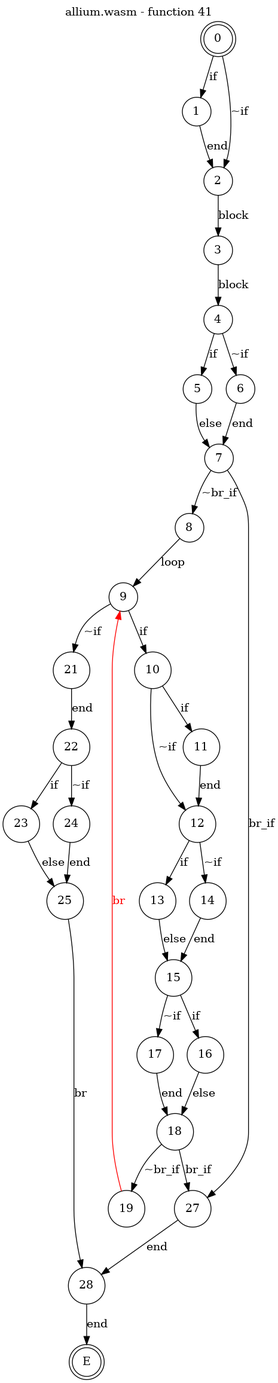
Above: test_cases/allium/funcs/allium-func41.png in jsCarleton/wanalyze (Graphviz), before the change. Its source is kept beside it as test_cases/allium/funcs/allium-func41.dot.
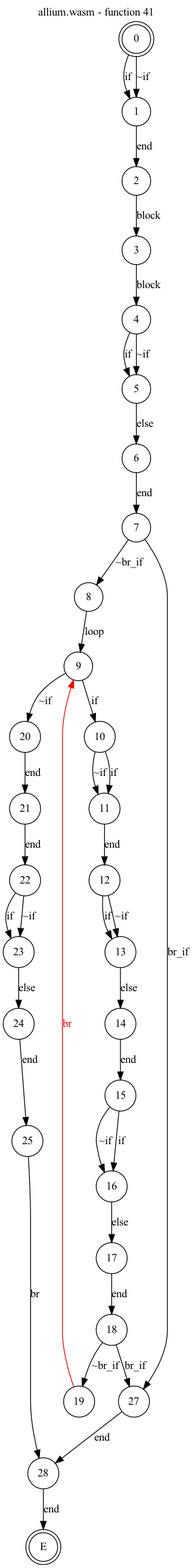
After the change.

What changed in the source:
```diff
@@ -7,29 +7,29 @@
     node [shape = doublecircle]; 0 E ;
     node [shape = circle];
     0 -> 1[label="if"];
-    0 -> 2[label="~if"];
+    0 -> 1[label="~if"];
     1 -> 2[label="end"];
     2 -> 3[label="block"];
     3 -> 4[label="block"];
     4 -> 5[label="if"];
-    4 -> 6[label="~if"];
-    5 -> 7[label="else"];
+    4 -> 5[label="~if"];
+    5 -> 6[label="else"];
     6 -> 7[label="end"];
     7 -> 8[label="~br_if"];
     7 -> 27[label="br_if"];
     8 -> 9[label="loop"];
     9 -> 10[label="if"];
-    9 -> 21[label="~if"];
+    9 -> 20[label="~if"];
     10 -> 11[label="if"];
-    10 -> 12[label="~if"];
+    10 -> 11[label="~if"];
     11 -> 12[label="end"];
     12 -> 13[label="if"];
-    12 -> 14[label="~if"];
-    13 -> 15[label="else"];
+    12 -> 13[label="~if"];
+    13 -> 14[label="else"];
     14 -> 15[label="end"];
     15 -> 16[label="if"];
-    15 -> 17[label="~if"];
-    16 -> 18[label="else"];
+    15 -> 16[label="~if"];
+    16 -> 17[label="else"];
     17 -> 18[label="end"];
     18 -> 19[label="~br_if"];
     18 -> 27[label="br_if"];
@@ -37,11 +37,10 @@
     20 -> 21[label="end"];
     21 -> 22[label="end"];
     22 -> 23[label="if"];
-    22 -> 24[label="~if"];
-    23 -> 25[label="else"];
+    22 -> 23[label="~if"];
+    23 -> 24[label="else"];
     24 -> 25[label="end"];
     25 -> 28[label="br"];
-    26 -> 27[label="end"];
     27 -> 28[label="end"];
     28 -> E[label="end"];
 }
```
